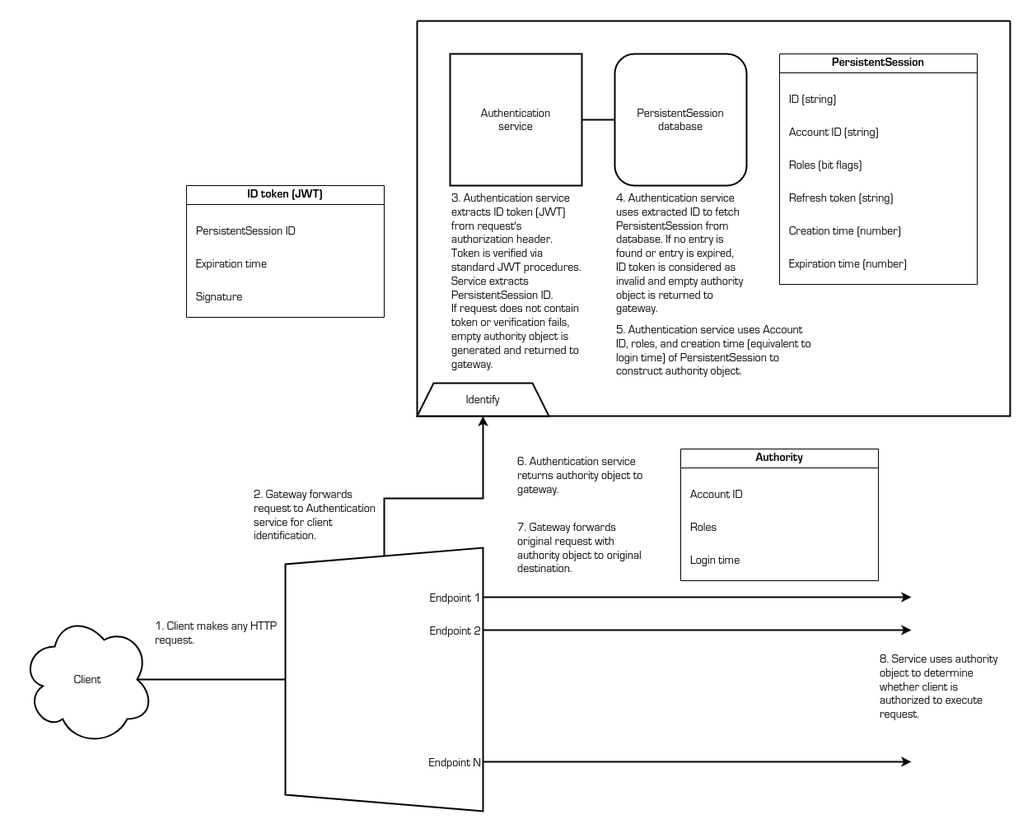
This is docs/identification-flow.png from shinhugh/base, a draw.io export, as it was before one commit. Source tidied: cells renumbered, new cells last; positions are measured from the earlier drawing's top-left corner, leaving out a move shared by most shapes.
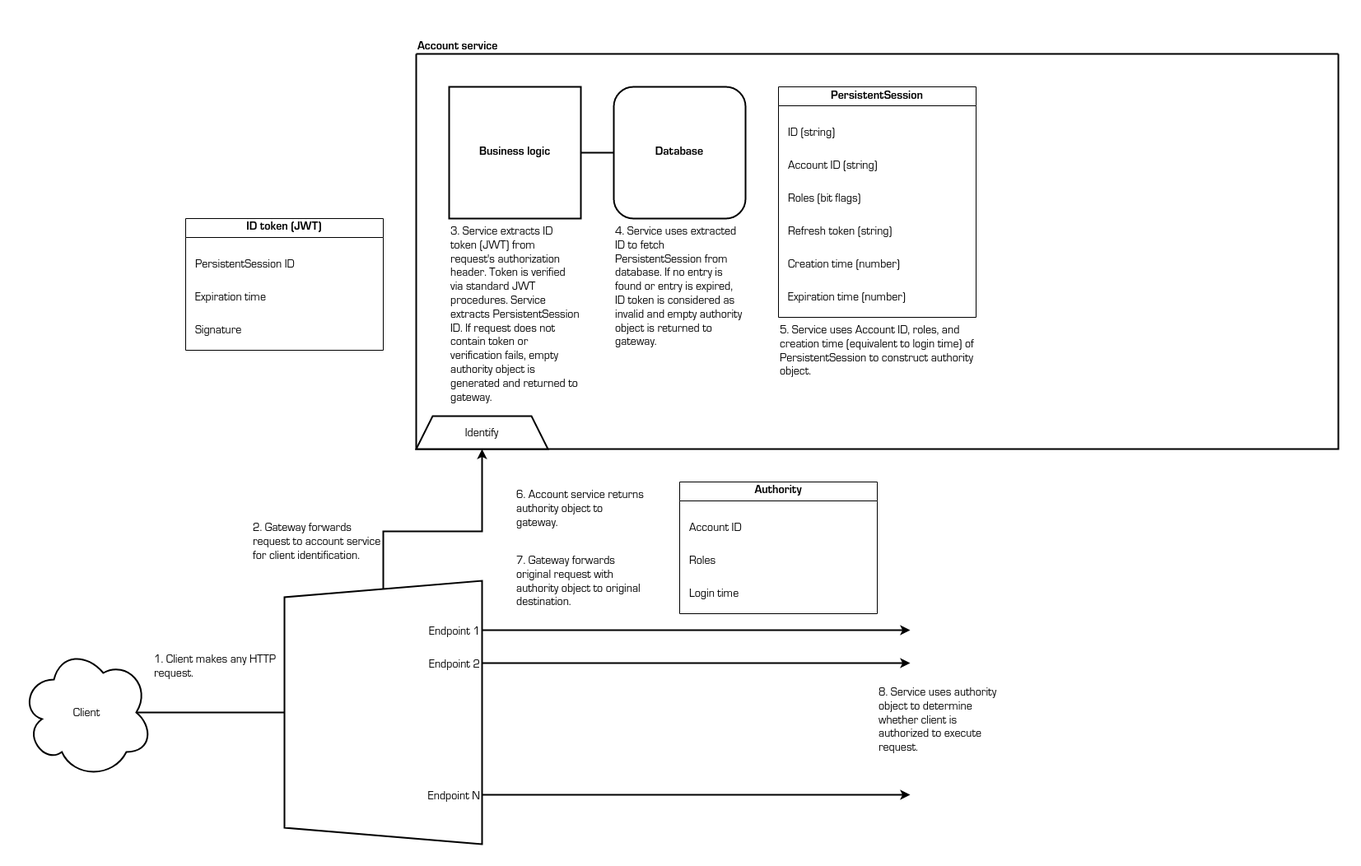
Later version of the same file.

The edit, as a diff of the source:
```diff
@@ -3,12 +3,12 @@
     <mxCell id="0" />
     <mxCell id="1" parent="0" />
     <mxCell id="2" style="swimlane;startSize=0;strokeWidth=2;" parent="1" vertex="1">
-      <mxGeometry x="480" width="720" height="480" as="geometry" />
+      <mxGeometry x="480" width="1120" height="480" as="geometry" />
     </mxCell>
-    <mxCell id="3" value="Authentication&#10;service" style="whiteSpace=wrap;strokeWidth=2;fontFamily=Lucida Console;fontSize=14;" parent="2" vertex="1">
+    <mxCell id="3" value="Business logic" style="whiteSpace=wrap;strokeWidth=2;fontFamily=Lucida Console;fontSize=14;fontStyle=1;" parent="2" vertex="1">
       <mxGeometry x="40" y="40" width="160" height="160" as="geometry" />
     </mxCell>
-    <mxCell id="4" value="PersistentSession&#10;database" style="rounded=1;whiteSpace=wrap;strokeWidth=2;fontFamily=Lucida Console;fontSize=14;" parent="2" vertex="1">
+    <mxCell id="4" value="Database" style="rounded=1;whiteSpace=wrap;strokeWidth=2;fontFamily=Lucida Console;fontSize=14;fontStyle=1;" parent="2" vertex="1">
       <mxGeometry x="240" y="40" width="160" height="160" as="geometry" />
     </mxCell>
     <mxCell id="5" value="PersistentSession" style="swimlane;whiteSpace=wrap;fontFamily=Lucida Console;fontSize=14;" parent="2" vertex="1">
@@ -38,14 +38,14 @@
     <mxCell id="13" style="endArrow=none;html=1;rounded=0;strokeWidth=2;entryX=1;entryY=0.5;entryDx=0;entryDy=0;exitX=0;exitY=0.5;exitDx=0;exitDy=0;" parent="2" edge="1" source="4" target="3">
       <mxGeometry relative="1" as="geometry" />
     </mxCell>
-    <mxCell id="14" value="3. Authentication service extracts ID token (JWT) from request's authorization header. Token is verified via standard JWT procedures. Service extracts PersistentSession ID.&#10;If request does not contain token or verification fails, empty authority object is generated and returned to gateway." style="text;strokeColor=none;fillColor=none;align=left;verticalAlign=top;rounded=0;fontSize=14;fontFamily=Lucida Console;whiteSpace=wrap;" parent="2" vertex="1">
+    <mxCell id="14" value="3. Service extracts ID token (JWT) from request's authorization header. Token is verified via standard JWT procedures. Service extracts PersistentSession ID. If request does not contain token or verification fails, empty authority object is generated and returned to gateway." style="text;strokeColor=none;fillColor=none;align=left;verticalAlign=top;rounded=0;fontSize=14;fontFamily=Lucida Console;whiteSpace=wrap;" parent="2" vertex="1">
       <mxGeometry x="40" y="200" width="160" height="240" as="geometry" />
     </mxCell>
-    <mxCell id="15" value="4. Authentication service uses extracted ID to fetch PersistentSession from database. If no entry is found or entry is expired, ID token is considered as invalid and empty authority object is returned to gateway." style="text;strokeColor=none;fillColor=none;align=left;verticalAlign=top;rounded=0;fontSize=14;fontFamily=Lucida Console;whiteSpace=wrap;" parent="2" vertex="1">
+    <mxCell id="15" value="4. Service uses extracted ID to fetch PersistentSession from database. If no entry is found or entry is expired, ID token is considered as invalid and empty authority object is returned to gateway." style="text;strokeColor=none;fillColor=none;align=left;verticalAlign=top;rounded=0;fontSize=14;fontFamily=Lucida Console;whiteSpace=wrap;" parent="2" vertex="1">
       <mxGeometry x="240" y="200" width="160" height="160" as="geometry" />
     </mxCell>
-    <mxCell id="16" value="5. Authentication service uses Account ID, roles, and creation time (equivalent to login time) of PersistentSession to construct authority object." style="text;strokeColor=none;fillColor=none;align=left;verticalAlign=top;rounded=0;fontSize=14;fontFamily=Lucida Console;whiteSpace=wrap;" parent="2" vertex="1">
-      <mxGeometry x="240" y="360" width="240" height="120" as="geometry" />
+    <mxCell id="16" value="5. Service uses Account ID, roles, and creation time (equivalent to login time) of PersistentSession to construct authority object." style="text;strokeColor=none;fillColor=none;align=left;verticalAlign=top;rounded=0;fontSize=14;fontFamily=Lucida Console;whiteSpace=wrap;" parent="2" vertex="1">
+      <mxGeometry x="440" y="320" width="240" height="120" as="geometry" />
     </mxCell>
     <mxCell id="17" style="group;" parent="1" vertex="1">
       <mxGeometry x="320" y="640" width="240" height="320" as="geometry" />
@@ -79,10 +79,10 @@
     <mxCell id="25" value="1. Client makes any HTTP request." style="text;strokeColor=none;fillColor=none;align=left;verticalAlign=top;rounded=0;fontSize=14;fontFamily=Lucida Console;whiteSpace=wrap;" parent="1" vertex="1">
       <mxGeometry x="160" y="720" width="160" height="40" as="geometry" />
     </mxCell>
-    <mxCell id="26" value="2. Gateway forwards request to Authentication service for client identification." style="text;strokeColor=none;fillColor=none;align=left;verticalAlign=top;rounded=0;fontSize=14;fontFamily=Lucida Console;whiteSpace=wrap;" parent="1" vertex="1">
+    <mxCell id="26" value="2. Gateway forwards request to account service for client identification." style="text;strokeColor=none;fillColor=none;align=left;verticalAlign=top;rounded=0;fontSize=14;fontFamily=Lucida Console;whiteSpace=wrap;" parent="1" vertex="1">
       <mxGeometry x="280" y="560" width="160" height="80" as="geometry" />
     </mxCell>
-    <mxCell id="27" value="6. Authentication service returns authority object to gateway." style="text;strokeColor=none;fillColor=none;align=left;verticalAlign=top;rounded=0;fontSize=14;fontFamily=Lucida Console;whiteSpace=wrap;" parent="1" vertex="1">
+    <mxCell id="27" value="6. Account service returns authority object to gateway." style="text;strokeColor=none;fillColor=none;align=left;verticalAlign=top;rounded=0;fontSize=14;fontFamily=Lucida Console;whiteSpace=wrap;" parent="1" vertex="1">
       <mxGeometry x="600" y="520" width="160" height="80" as="geometry" />
     </mxCell>
     <mxCell id="28" value="7. Gateway forwards original request with authority object to original destination." style="text;strokeColor=none;fillColor=none;align=left;verticalAlign=top;rounded=0;fontSize=14;fontFamily=Lucida Console;whiteSpace=wrap;" parent="1" vertex="1">
@@ -130,5 +130,8 @@
     <mxCell id="40" value="Login time" style="text;strokeColor=none;fillColor=none;align=left;verticalAlign=top;whiteSpace=wrap;rounded=0;fontFamily=Lucida Console;fontSize=14;" parent="37" vertex="1">
       <mxGeometry x="10" y="120" width="220" height="40" as="geometry" />
     </mxCell>
+    <mxCell id="41" value="Account service" style="text;strokeColor=none;fillColor=none;align=left;verticalAlign=bottom;rounded=0;fontSize=14;fontFamily=Lucida Console;fontStyle=1;" parent="1" vertex="1">
+      <mxGeometry x="480" y="-40" width="120" height="40" as="geometry" />
+    </mxCell>
   </root>
 </mxGraphModel>
```
